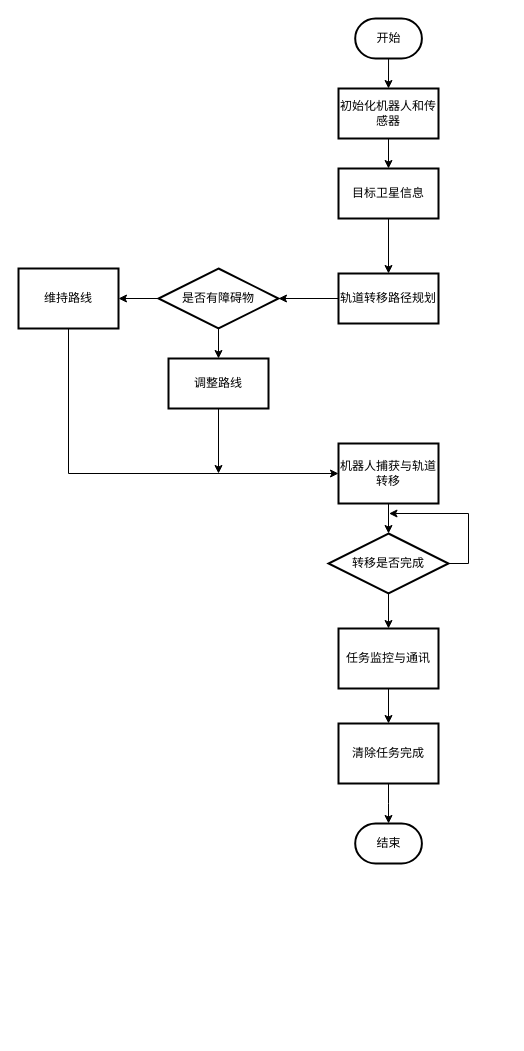
Earlier version of the draw.io diagram 空间机器人设计流程.drawio (debeetle/Drawio). Source tidied: cells renumbered, new cells numbered last; positions are measured from the earlier drawing's top-left corner, leaving out a move shared by most shapes. Both pictures are drawn from the tidied source at 100%, with x=0, y=0 at pixel (18, 18).
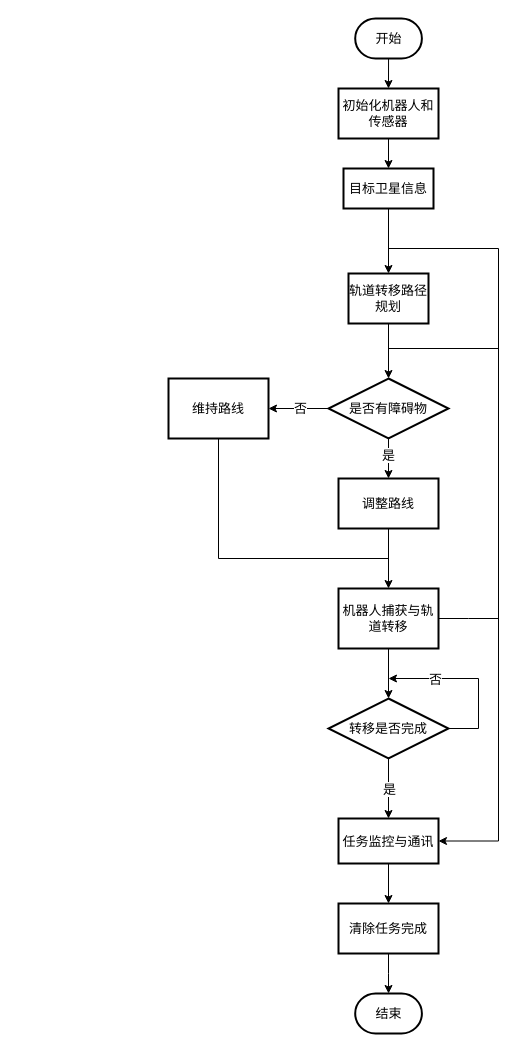
After the change.

Commit message:
Update 空间机器人设计流程.drawio

Change to the diagram source:
```diff
@@
-    <mxCell id="2" style="edgeStyle=orthogonalEdgeStyle;rounded=0;jettySize=auto;html=1;exitX=0.5;exitY=1;exitDx=0;exitDy=0;entryX=0.5;entryY=0;entryDx=0;entryDy=0;" parent="1" edge="1" source="3" target="5">
+    <mxCell id="2" style="edgeStyle=orthogonalEdgeStyle;rounded=0;jettySize=auto;html=1;exitX=0.5;exitY=1;exitDx=0;exitDy=0;entryX=0.5;entryY=0;entryDx=0;entryDy=0;fontSize=13;fontFamily=STZhongsong;" parent="1" edge="1" source="3" target="5">
       <mxGeometry relative="1" as="geometry" />
     </mxCell>
-    <mxCell id="3" value="&lt;font&gt;初始化机器人和传感器&lt;/font&gt;" style="rounded=0;whiteSpace=wrap;html=1;strokeWidth=2;fontFamily=STZhongsong;" parent="1" vertex="1">
+    <mxCell id="3" value="&lt;font style=&quot;font-size: 13px;&quot;&gt;初始化机器人和传感器&lt;/font&gt;" style="rounded=0;whiteSpace=wrap;html=1;strokeWidth=2;fontFamily=STZhongsong;fontSize=13;" parent="1" vertex="1">
       <mxGeometry x="320" y="70" width="100" height="50" as="geometry" />
     </mxCell>
-    <mxCell id="4" style="edgeStyle=orthogonalEdgeStyle;rounded=0;jettySize=auto;html=1;exitX=0.5;exitY=1;exitDx=0;exitDy=0;entryX=0.5;entryY=0;entryDx=0;entryDy=0;" parent="1" edge="1" source="5" target="7">
+    <mxCell id="4" style="edgeStyle=orthogonalEdgeStyle;rounded=0;jettySize=auto;html=1;exitX=0.5;exitY=1;exitDx=0;exitDy=0;entryX=0.5;entryY=0;entryDx=0;entryDy=0;fontSize=13;fontFamily=STZhongsong;" parent="1" edge="1" source="5" target="7">
       <mxGeometry relative="1" as="geometry" />
     </mxCell>
-    <mxCell id="5" value="&lt;font&gt;目标卫星信息&lt;/font&gt;" style="rounded=0;whiteSpace=wrap;html=1;strokeWidth=2;fontFamily=STZhongsong;" parent="1" vertex="1">
-      <mxGeometry x="320" y="150" width="100" height="50" as="geometry" />
+    <mxCell id="5" value="目标卫星信息" style="rounded=0;whiteSpace=wrap;html=1;strokeWidth=2;fontFamily=STZhongsong;fontSize=13;" parent="1" vertex="1">
+      <mxGeometry x="325" y="150" width="90" height="40" as="geometry" />
     </mxCell>
-    <mxCell id="6" style="edgeStyle=orthogonalEdgeStyle;rounded=0;jettySize=auto;html=1;exitX=0;exitY=0.5;exitDx=0;exitDy=0;entryX=1;entryY=0.5;entryDx=0;entryDy=0;" parent="1" edge="1" source="7" target="19">
+    <mxCell id="6" style="edgeStyle=orthogonalEdgeStyle;rounded=0;jettySize=auto;html=1;exitX=0.5;exitY=1;exitDx=0;exitDy=0;entryX=0.5;entryY=0;entryDx=0;entryDy=0;fontSize=13;fontFamily=STZhongsong;" parent="1" edge="1" source="7" target="19">
       <mxGeometry relative="1" as="geometry" />
     </mxCell>
-    <mxCell id="7" value="&lt;font&gt;轨道转移路径规划&lt;/font&gt;" style="rounded=0;whiteSpace=wrap;html=1;strokeWidth=2;fontFamily=STZhongsong;" parent="1" vertex="1">
-      <mxGeometry x="320" y="255" width="100" height="50" as="geometry" />
+    <mxCell id="7" value="&lt;font style=&quot;font-size: 13px;&quot;&gt;轨道转移路径规划&lt;/font&gt;" style="rounded=0;whiteSpace=wrap;html=1;strokeWidth=2;fontFamily=STZhongsong;fontSize=13;" parent="1" vertex="1">
+      <mxGeometry x="330" y="255" width="80" height="50" as="geometry" />
     </mxCell>
-    <mxCell id="8" style="edgeStyle=orthogonalEdgeStyle;rounded=0;jettySize=auto;html=1;exitX=0.5;exitY=1;exitDx=0;exitDy=0;" parent="1" edge="1" source="9">
-      <mxGeometry relative="1" as="geometry">
-        <mxPoint x="200" y="455" as="targetPoint" />
-      </mxGeometry>
-    </mxCell>
+    <mxCell id="27" style="edgeStyle=orthogonalEdgeStyle;rounded=0;jettySize=auto;html=1;exitX=0.5;exitY=1;exitDx=0;exitDy=0;entryX=0.5;entryY=0;entryDx=0;entryDy=0;fontSize=13;fontFamily=STZhongsong;" parent="1" edge="1" source="9" target="13">
+      <mxGeometry relative="1" as="geometry" />
+    </mxCell>
-    <mxCell id="9" value="&lt;font&gt;调整路线&lt;/font&gt;" style="rounded=0;whiteSpace=wrap;html=1;strokeWidth=2;fontFamily=STZhongsong;" parent="1" vertex="1">
-      <mxGeometry x="150" y="340" width="100" height="50" as="geometry" />
+    <mxCell id="9" value="&lt;font style=&quot;font-size: 13px;&quot;&gt;调整路线&lt;/font&gt;" style="rounded=0;whiteSpace=wrap;html=1;strokeWidth=2;fontFamily=STZhongsong;fontSize=13;" parent="1" vertex="1">
+      <mxGeometry x="320" y="460" width="100" height="50" as="geometry" />
     </mxCell>
-    <mxCell id="10" style="edgeStyle=orthogonalEdgeStyle;rounded=0;jettySize=auto;html=1;exitX=0.5;exitY=1;exitDx=0;exitDy=0;entryX=0;entryY=0.5;entryDx=0;entryDy=0;" parent="1" edge="1" source="11" target="13">
-      <mxGeometry relative="1" as="geometry" />
-    </mxCell>
+    <mxCell id="28" style="edgeStyle=elbowEdgeStyle;rounded=0;jettySize=auto;html=1;exitX=0.5;exitY=1;exitDx=0;exitDy=0;elbow=vertical;endArrow=none;endFill=0;fontSize=13;fontFamily=STZhongsong;" parent="1" edge="1" source="11">
+      <mxGeometry relative="1" as="geometry">
+        <mxPoint x="370" y="540" as="targetPoint" />
+        <Array as="points">
+          <mxPoint x="290" y="540" />
+        </Array>
+      </mxGeometry>
+    </mxCell>
-    <mxCell id="11" value="&lt;font&gt;维持路线&lt;/font&gt;" style="rounded=0;whiteSpace=wrap;html=1;strokeWidth=2;fontFamily=STZhongsong;" parent="1" vertex="1">
-      <mxGeometry y="250" width="100" height="60" as="geometry" />
+    <mxCell id="11" value="&lt;font style=&quot;font-size: 13px;&quot;&gt;维持路线&lt;/font&gt;" style="rounded=0;whiteSpace=wrap;html=1;strokeWidth=2;fontFamily=STZhongsong;fontSize=13;" parent="1" vertex="1">
+      <mxGeometry x="150" y="360" width="100" height="60" as="geometry" />
     </mxCell>
-    <mxCell id="12" style="edgeStyle=orthogonalEdgeStyle;rounded=0;jettySize=auto;html=1;exitX=0.5;exitY=1;exitDx=0;exitDy=0;entryX=0.5;entryY=0;entryDx=0;entryDy=0;" parent="1" edge="1" source="13" target="16">
+    <mxCell id="12" style="edgeStyle=orthogonalEdgeStyle;rounded=0;jettySize=auto;html=1;exitX=0.5;exitY=1;exitDx=0;exitDy=0;entryX=0.5;entryY=0;entryDx=0;entryDy=0;fontSize=13;fontFamily=STZhongsong;" parent="1" edge="1" source="13" target="16">
       <mxGeometry relative="1" as="geometry" />
     </mxCell>
+    <mxCell id="29" style="edgeStyle=orthogonalEdgeStyle;rounded=0;jettySize=auto;html=1;exitX=1;exitY=0.5;exitDx=0;exitDy=0;endArrow=none;endFill=0;fontSize=13;fontFamily=STZhongsong;" parent="1" edge="1" source="13">
+      <mxGeometry relative="1" as="geometry">
+        <mxPoint x="480" y="600" as="targetPoint" />
+      </mxGeometry>
+    </mxCell>
-    <mxCell id="13" value="&lt;font&gt;机器人捕获与轨道转移&lt;/font&gt;" style="rounded=0;whiteSpace=wrap;html=1;strokeWidth=2;fontFamily=STZhongsong;" parent="1" vertex="1">
-      <mxGeometry x="320" y="425" width="100" height="60" as="geometry" />
+    <mxCell id="13" value="&lt;font style=&quot;font-size: 13px;&quot;&gt;机器人捕获与轨道转移&lt;/font&gt;" style="rounded=0;whiteSpace=wrap;html=1;strokeWidth=2;fontFamily=STZhongsong;fontSize=13;" parent="1" vertex="1">
+      <mxGeometry x="320" y="570" width="100" height="60" as="geometry" />
     </mxCell>
-    <mxCell id="14" style="edgeStyle=orthogonalEdgeStyle;rounded=0;jettySize=auto;html=1;exitX=1;exitY=0.5;exitDx=0;exitDy=0;" parent="1" edge="1" source="16">
+    <mxCell id="14" style="edgeStyle=elbowEdgeStyle;rounded=0;jettySize=auto;html=1;exitX=1;exitY=0.5;exitDx=0;exitDy=0;fontSize=13;fontFamily=STZhongsong;" parent="1" edge="1" source="16">
       <mxGeometry relative="1" as="geometry">
-        <mxPoint x="370" y="495" as="targetPoint" />
+        <mxPoint x="370" y="660" as="targetPoint" />
+        <Array as="points">
+          <mxPoint x="460" y="690" />
+        </Array>
       </mxGeometry>
     </mxCell>
+    <mxCell id="30" value="否" style="edgeLabel;html=1;align=center;verticalAlign=middle;fontSize=13;fontFamily=STZhongsong;" parent="14" vertex="1">
+      <mxGeometry x="0.46" y="2" relative="1" as="geometry">
+        <mxPoint y="-2" as="offset" />
+      </mxGeometry>
+    </mxCell>
-    <mxCell id="15" style="edgeStyle=orthogonalEdgeStyle;rounded=0;jettySize=auto;html=1;exitX=0.5;exitY=1;exitDx=0;exitDy=0;entryX=0.5;entryY=0;entryDx=0;entryDy=0;" parent="1" edge="1" source="16" target="21">
+    <mxCell id="15" style="edgeStyle=orthogonalEdgeStyle;rounded=0;jettySize=auto;html=1;exitX=0.5;exitY=1;exitDx=0;exitDy=0;entryX=0.5;entryY=0;entryDx=0;entryDy=0;fontSize=13;fontFamily=STZhongsong;" parent="1" edge="1" source="16" target="21">
       <mxGeometry relative="1" as="geometry" />
     </mxCell>
+    <mxCell id="31" value="&lt;font face=&quot;STZhongsong&quot; style=&quot;font-size: 13px;&quot;&gt;是&lt;/font&gt;" style="edgeLabel;html=1;align=center;verticalAlign=middle;" parent="15" vertex="1">
+      <mxGeometry x="-0.26" y="1" relative="1" as="geometry">
+        <mxPoint x="-1" y="8" as="offset" />
+      </mxGeometry>
+    </mxCell>
-    <mxCell id="16" value="&lt;font&gt;转移是否完成&lt;/font&gt;" style="rhombus;whiteSpace=wrap;html=1;strokeWidth=2;fontFamily=STZhongsong;" parent="1" vertex="1">
-      <mxGeometry x="310" y="515" width="120" height="60" as="geometry" />
+    <mxCell id="16" value="&lt;font style=&quot;font-size: 13px;&quot;&gt;转移是否完成&lt;/font&gt;" style="rhombus;whiteSpace=wrap;html=1;strokeWidth=2;fontFamily=STZhongsong;fontSize=13;" parent="1" vertex="1">
+      <mxGeometry x="310" y="680" width="120" height="60" as="geometry" />
     </mxCell>
-    <mxCell id="17" style="edgeStyle=orthogonalEdgeStyle;rounded=0;jettySize=auto;html=1;exitX=0;exitY=0.5;exitDx=0;exitDy=0;entryX=1;entryY=0.5;entryDx=0;entryDy=0;" parent="1" edge="1" source="19" target="11">
+    <mxCell id="17" style="edgeStyle=orthogonalEdgeStyle;rounded=0;jettySize=auto;html=1;exitX=0;exitY=0.5;exitDx=0;exitDy=0;entryX=1;entryY=0.5;entryDx=0;entryDy=0;fontSize=13;fontFamily=STZhongsong;" parent="1" edge="1" source="19" target="11">
       <mxGeometry relative="1" as="geometry" />
     </mxCell>
+    <mxCell id="32" value="&lt;font style=&quot;font-size: 13px;&quot;&gt;否&lt;/font&gt;" style="edgeLabel;html=1;align=center;verticalAlign=middle;fontSize=13;fontFamily=STZhongsong;" parent="17" vertex="1">
+      <mxGeometry x="-0.03" y="2" relative="1" as="geometry">
+        <mxPoint y="-3" as="offset" />
+      </mxGeometry>
+    </mxCell>
-    <mxCell id="18" style="edgeStyle=orthogonalEdgeStyle;rounded=0;jettySize=auto;html=1;exitX=0.5;exitY=1;exitDx=0;exitDy=0;entryX=0.5;entryY=0;entryDx=0;entryDy=0;" parent="1" edge="1" source="19" target="9">
+    <mxCell id="18" style="edgeStyle=orthogonalEdgeStyle;rounded=0;jettySize=auto;html=1;exitX=0.5;exitY=1;exitDx=0;exitDy=0;entryX=0.5;entryY=0;entryDx=0;entryDy=0;fontSize=13;fontFamily=STZhongsong;" parent="1" edge="1" source="19" target="9">
       <mxGeometry relative="1" as="geometry" />
     </mxCell>
+    <mxCell id="33" value="是" style="edgeLabel;html=1;align=center;verticalAlign=middle;fontSize=13;fontFamily=STZhongsong;" parent="18" vertex="1">
+      <mxGeometry x="-0.2" y="-3" relative="1" as="geometry">
+        <mxPoint x="2" as="offset" />
+      </mxGeometry>
+    </mxCell>
-    <mxCell id="19" value="&lt;font&gt;是否有障碍物&lt;/font&gt;" style="rhombus;whiteSpace=wrap;html=1;strokeWidth=2;fontFamily=STZhongsong;" parent="1" vertex="1">
-      <mxGeometry x="140" y="250" width="120" height="60" as="geometry" />
+    <mxCell id="19" value="&lt;font style=&quot;font-size: 13px;&quot;&gt;是否有障碍物&lt;/font&gt;" style="rhombus;whiteSpace=wrap;html=1;strokeWidth=2;fontFamily=STZhongsong;fontSize=13;" parent="1" vertex="1">
+      <mxGeometry x="310" y="360" width="120" height="60" as="geometry" />
     </mxCell>
-    <mxCell id="20" style="edgeStyle=orthogonalEdgeStyle;rounded=0;jettySize=auto;html=1;exitX=0.5;exitY=1;exitDx=0;exitDy=0;entryX=0.5;entryY=0;entryDx=0;entryDy=0;" parent="1" edge="1" source="21" target="22">
+    <mxCell id="20" style="edgeStyle=orthogonalEdgeStyle;rounded=0;jettySize=auto;html=1;exitX=0.5;exitY=1;exitDx=0;exitDy=0;entryX=0.5;entryY=0;entryDx=0;entryDy=0;fontSize=13;fontFamily=STZhongsong;" parent="1" edge="1" source="21" target="22">
       <mxGeometry relative="1" as="geometry" />
     </mxCell>
+    <mxCell id="34" style="edgeStyle=elbowEdgeStyle;rounded=0;jettySize=auto;html=1;exitX=1;exitY=0.5;exitDx=0;exitDy=0;startArrow=classic;startFill=1;endArrow=none;endFill=0;fontSize=13;fontFamily=STZhongsong;" parent="1" edge="1" source="21">
+      <mxGeometry relative="1" as="geometry">
+        <mxPoint x="370" y="230" as="targetPoint" />
+        <Array as="points">
+          <mxPoint x="480" y="510" />
+        </Array>
+      </mxGeometry>
+    </mxCell>
-    <mxCell id="21" value="&lt;font&gt;任务监控与通讯&lt;/font&gt;" style="rounded=0;whiteSpace=wrap;html=1;strokeWidth=2;fontFamily=STZhongsong;" parent="1" vertex="1">
-      <mxGeometry x="320" y="610" width="100" height="60" as="geometry" />
+    <mxCell id="21" value="&lt;font style=&quot;font-size: 13px;&quot;&gt;任务监控与通讯&lt;/font&gt;" style="rounded=0;whiteSpace=wrap;html=1;strokeWidth=2;fontFamily=STZhongsong;fontSize=13;" parent="1" vertex="1">
+      <mxGeometry x="320" y="800" width="100" height="45" as="geometry" />
     </mxCell>
-    <mxCell id="22" value="&lt;font&gt;清除任务完成&lt;/font&gt;" style="rounded=0;whiteSpace=wrap;html=1;strokeWidth=2;fontFamily=STZhongsong;" parent="1" vertex="1">
-      <mxGeometry x="320" y="705" width="100" height="60" as="geometry" />
+    <mxCell id="22" value="&lt;font style=&quot;font-size: 13px;&quot;&gt;清除任务完成&lt;/font&gt;" style="rounded=0;whiteSpace=wrap;html=1;strokeWidth=2;fontFamily=STZhongsong;fontSize=13;" parent="1" vertex="1">
+      <mxGeometry x="320" y="885" width="100" height="50" as="geometry" />
     </mxCell>
-    <mxCell id="23" value="结束" style="strokeWidth=2;html=1;shape=mxgraph.flowchart.terminator;whiteSpace=wrap;fontFamily=STZhongsong;" parent="1" vertex="1">
-      <mxGeometry x="336.7" y="805" width="66.7" height="40" as="geometry" />
+    <mxCell id="23" value="结束" style="strokeWidth=2;html=1;shape=mxgraph.flowchart.terminator;whiteSpace=wrap;fontFamily=STZhongsong;fontSize=13;" parent="1" vertex="1">
+      <mxGeometry x="336.7" y="975" width="66.7" height="40" as="geometry" />
     </mxCell>
-    <mxCell id="24" style="edgeStyle=orthogonalEdgeStyle;rounded=0;jettySize=auto;html=1;exitX=0.5;exitY=1;exitDx=0;exitDy=0;exitPerimeter=0;entryX=0.5;entryY=0;entryDx=0;entryDy=0;" parent="1" edge="1" source="25" target="3">
+    <mxCell id="24" style="edgeStyle=orthogonalEdgeStyle;rounded=0;jettySize=auto;html=1;exitX=0.5;exitY=1;exitDx=0;exitDy=0;exitPerimeter=0;entryX=0.5;entryY=0;entryDx=0;entryDy=0;fontSize=13;fontFamily=STZhongsong;" parent="1" edge="1" source="25" target="3">
       <mxGeometry relative="1" as="geometry" />
     </mxCell>
-    <mxCell id="25" value="开始" style="strokeWidth=2;html=1;shape=mxgraph.flowchart.terminator;whiteSpace=wrap;fontFamily=STZhongsong;" parent="1" vertex="1">
+    <mxCell id="25" value="开始" style="strokeWidth=2;html=1;shape=mxgraph.flowchart.terminator;whiteSpace=wrap;fontFamily=STZhongsong;fontSize=13;" parent="1" vertex="1">
       <mxGeometry x="336.7" width="66.7" height="40" as="geometry" />
     </mxCell>
-    <mxCell id="26" style="edgeStyle=orthogonalEdgeStyle;rounded=0;jettySize=auto;html=1;exitX=0.5;exitY=1;exitDx=0;exitDy=0;entryX=0.5;entryY=0;entryDx=0;entryDy=0;entryPerimeter=0;" parent="1" edge="1" source="22" target="23">
+    <mxCell id="26" style="edgeStyle=orthogonalEdgeStyle;rounded=0;jettySize=auto;html=1;exitX=0.5;exitY=1;exitDx=0;exitDy=0;entryX=0.5;entryY=0;entryDx=0;entryDy=0;entryPerimeter=0;fontSize=13;fontFamily=STZhongsong;" parent="1" edge="1" source="22" target="23">
       <mxGeometry relative="1" as="geometry" />
     </mxCell>
+    <mxCell id="35" style="endArrow=none;html=1;rounded=0;endFill=0;fontSize=13;fontFamily=STZhongsong;" parent="1" edge="1">
+      <mxGeometry relative="1" as="geometry">
+        <mxPoint x="370" y="330" as="sourcePoint" />
+        <mxPoint x="480" y="330" as="targetPoint" />
+      </mxGeometry>
+    </mxCell>
```
